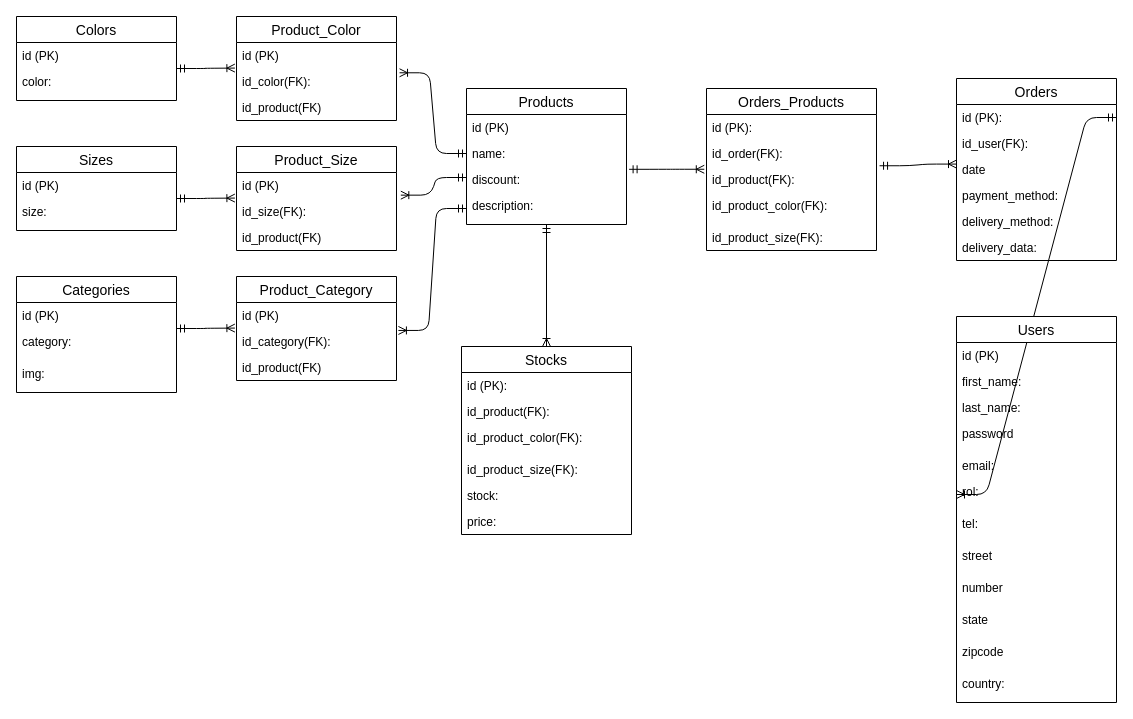
Earlier version of the draw.io diagram Grupo3_Relacional.drawio (SVueso/grupo_3_proyecto). Source tidied: cells renumbered, new cells numbered last; positions are measured from the earlier drawing's top-left corner, leaving out a move shared by most shapes. Both pictures are drawn from the tidied source at 100%, with x=0, y=0 at pixel (16, 16).
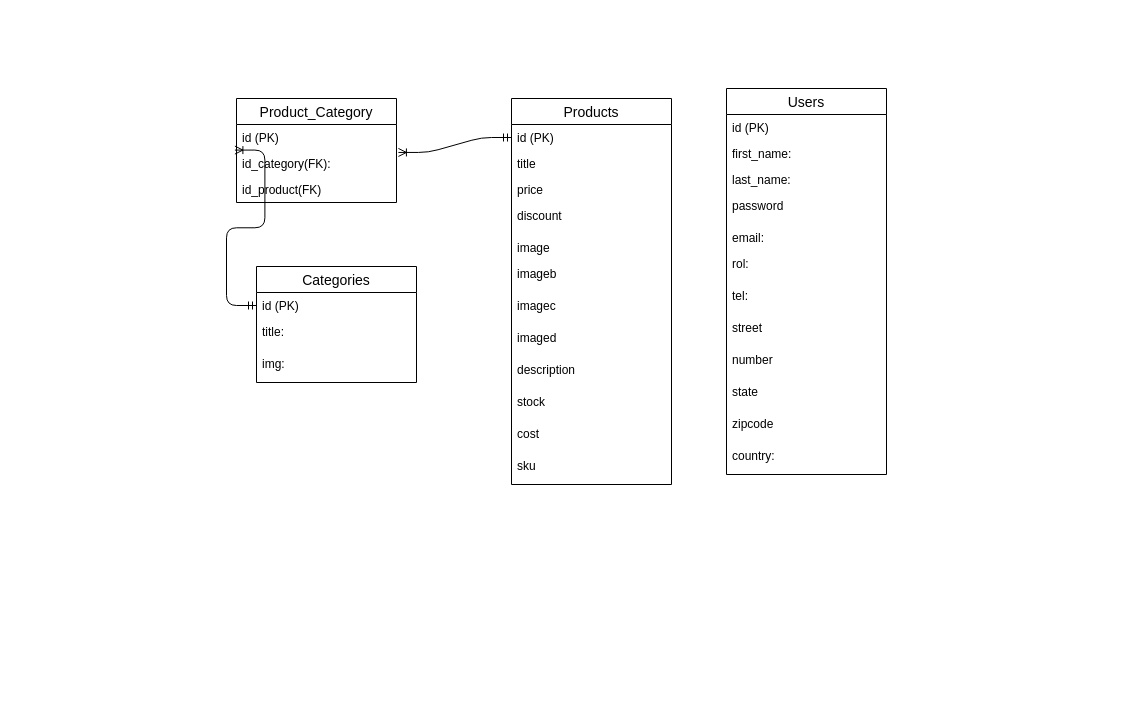
After the change.

Commit message (it also covers changes not shown here):
Aca va el drawio yel grupo relacional.pdf actualizado

Unchanged cells that the change refers to:
```xml
<mxCell id="65" value="rol:" style="text;strokeColor=none;fillColor=none;spacingLeft=4;spacingRight=4;overflow=hidden;points=[[0,0.5],[1,0.5]];portConstraint=eastwest;fontSize=12;" parent="59" vertex="1">
  <mxGeometry y="162" width="160" height="32" as="geometry" />
</mxCell>
```

Diff of the diagram source:
```diff
@@
-    <mxCell id="2" value="Colors" style="swimlane;fontStyle=0;horizontal=1;startSize=26;align=center;fontSize=14;" parent="1" vertex="1">
-      <mxGeometry width="160" height="84" as="geometry" />
-    </mxCell>
-    <mxCell id="3" value="id (PK)" style="text;strokeColor=none;fillColor=none;spacingLeft=4;spacingRight=4;overflow=hidden;fontSize=12;" parent="2" vertex="1">
-      <mxGeometry y="26" width="160" height="26" as="geometry" />
-    </mxCell>
-    <mxCell id="4" value="color:" style="text;strokeColor=none;fillColor=none;spacingLeft=4;spacingRight=4;overflow=hidden;fontSize=12;" parent="2" vertex="1">
-      <mxGeometry y="52" width="160" height="32" as="geometry" />
-    </mxCell>
-    <mxCell id="5" value="Product_Color" style="swimlane;fontStyle=0;horizontal=1;startSize=26;align=center;fontSize=14;" parent="1" vertex="1">
-      <mxGeometry x="220" width="160" height="104" as="geometry" />
-    </mxCell>
-    <mxCell id="6" value="id (PK)" style="text;strokeColor=none;fillColor=none;spacingLeft=4;spacingRight=4;overflow=hidden;points=[[0,0.5],[1,0.5]];portConstraint=eastwest;fontSize=12;" parent="5" vertex="1">
-      <mxGeometry y="26" width="160" height="26" as="geometry" />
-    </mxCell>
-    <mxCell id="7" value="id_color(FK):" style="text;strokeColor=none;fillColor=none;spacingLeft=4;spacingRight=4;overflow=hidden;points=[[0,0.5],[1,0.5]];portConstraint=eastwest;fontSize=12;" parent="5" vertex="1">
-      <mxGeometry y="52" width="160" height="26" as="geometry" />
-    </mxCell>
-    <mxCell id="8" value="id_product(FK)" style="text;strokeColor=none;fillColor=none;spacingLeft=4;spacingRight=4;overflow=hidden;fontSize=12;" parent="5" vertex="1">
-      <mxGeometry y="78" width="160" height="26" as="geometry" />
-    </mxCell>
-    <mxCell id="9" style="edgeStyle=entityRelationEdgeStyle;fontSize=12;html=1;endArrow=ERoneToMany;startArrow=ERmandOne;entryX=-0.01;entryY=0.984;entryDx=0;entryDy=0;entryPerimeter=0;" parent="1" edge="1" target="6">
-      <mxGeometry relative="1" as="geometry">
-        <mxPoint x="160" y="52" as="sourcePoint" />
-      </mxGeometry>
-    </mxCell>
-    <mxCell id="10" style="edgeStyle=entityRelationEdgeStyle;fontSize=12;html=1;endArrow=ERmandOne;startArrow=ERoneToMany;startFill=0;endFill=0;entryX=0;entryY=0.5;entryDx=0;entryDy=0;exitX=1.019;exitY=0.165;exitDx=0;exitDy=0;exitPerimeter=0;" parent="1" edge="1" source="7" target="32">
-      <mxGeometry relative="1" as="geometry" />
-    </mxCell>
-    <mxCell id="11" style="edgeStyle=entityRelationEdgeStyle;fontSize=12;html=1;endArrow=ERoneToMany;startArrow=ERmandOne;entryX=-0.01;entryY=0.984;entryDx=0;entryDy=0;entryPerimeter=0;" parent="1" edge="1" target="16">
-      <mxGeometry relative="1" as="geometry">
-        <mxPoint x="160" y="182" as="sourcePoint" />
-      </mxGeometry>
-    </mxCell>
-    <mxCell id="12" value="Sizes" style="swimlane;fontStyle=0;horizontal=1;startSize=26;align=center;fontSize=14;" parent="1" vertex="1">
-      <mxGeometry y="130" width="160" height="84" as="geometry" />
-    </mxCell>
-    <mxCell id="13" value="id (PK)" style="text;strokeColor=none;fillColor=none;spacingLeft=4;spacingRight=4;overflow=hidden;fontSize=12;" parent="12" vertex="1">
-      <mxGeometry y="26" width="160" height="26" as="geometry" />
-    </mxCell>
-    <mxCell id="14" value="size:" style="text;strokeColor=none;fillColor=none;spacingLeft=4;spacingRight=4;overflow=hidden;fontSize=12;" parent="12" vertex="1">
-      <mxGeometry y="52" width="160" height="32" as="geometry" />
-    </mxCell>
-    <mxCell id="15" value="Product_Size" style="swimlane;fontStyle=0;horizontal=1;startSize=26;align=center;fontSize=14;" parent="1" vertex="1">
-      <mxGeometry x="220" y="130" width="160" height="104" as="geometry" />
-    </mxCell>
-    <mxCell id="16" value="id (PK)" style="text;strokeColor=none;fillColor=none;spacingLeft=4;spacingRight=4;overflow=hidden;points=[[0,0.5],[1,0.5]];portConstraint=eastwest;fontSize=12;" parent="15" vertex="1">
-      <mxGeometry y="26" width="160" height="26" as="geometry" />
-    </mxCell>
-    <mxCell id="17" value="id_size(FK):" style="text;strokeColor=none;fillColor=none;spacingLeft=4;spacingRight=4;overflow=hidden;points=[[0,0.5],[1,0.5]];portConstraint=eastwest;fontSize=12;" parent="15" vertex="1">
-      <mxGeometry y="52" width="160" height="26" as="geometry" />
-    </mxCell>
-    <mxCell id="18" value="id_product(FK)" style="text;strokeColor=none;fillColor=none;spacingLeft=4;spacingRight=4;overflow=hidden;fontSize=12;" parent="15" vertex="1">
-      <mxGeometry y="78" width="160" height="26" as="geometry" />
-    </mxCell>
-    <mxCell id="19" style="edgeStyle=entityRelationEdgeStyle;fontSize=12;html=1;endArrow=ERmandOne;startArrow=ERoneToMany;startFill=0;endFill=0;entryX=0;entryY=0.423;entryDx=0;entryDy=0;exitX=1.027;exitY=-0.129;exitDx=0;exitDy=0;exitPerimeter=0;entryPerimeter=0;" parent="1" edge="1" source="17">
-      <mxGeometry relative="1" as="geometry">
-        <mxPoint x="450" y="161" as="targetPoint" />
-      </mxGeometry>
-    </mxCell>
-    <mxCell id="20" style="edgeStyle=entityRelationEdgeStyle;fontSize=12;html=1;endArrow=ERoneToMany;startArrow=ERmandOne;entryX=-0.01;entryY=0.984;entryDx=0;entryDy=0;entryPerimeter=0;" parent="1" edge="1" target="26">
-      <mxGeometry relative="1" as="geometry">
-        <mxPoint x="160" y="312" as="sourcePoint" />
-      </mxGeometry>
+    <mxCell id="20" style="edgeStyle=entityRelationEdgeStyle;fontSize=12;html=1;endArrow=ERoneToMany;startArrow=ERmandOne;entryX=-0.01;entryY=0.984;entryDx=0;entryDy=0;entryPerimeter=0;" parent="1" edge="1" source="22" target="26">
+      <mxGeometry relative="1" as="geometry" />
     </mxCell>
-    <mxCell id="21" value="Categories" style="swimlane;fontStyle=0;horizontal=1;startSize=26;align=center;fontSize=14;" parent="1" vertex="1">
-      <mxGeometry y="260" width="160" height="116" as="geometry" />
-    </mxCell>
-    <mxCell id="22" value="id (PK)" style="text;strokeColor=none;fillColor=none;spacingLeft=4;spacingRight=4;overflow=hidden;points=[[0,0.5],[1,0.5]];portConstraint=eastwest;fontSize=12;" parent="21" vertex="1">
-      <mxGeometry y="26" width="160" height="26" as="geometry" />
-    </mxCell>
-    <mxCell id="23" value="category:" style="text;strokeColor=none;fillColor=none;spacingLeft=4;spacingRight=4;overflow=hidden;fontSize=12;" parent="21" vertex="1">
-      <mxGeometry y="52" width="160" height="32" as="geometry" />
-    </mxCell>
-    <mxCell id="24" value="img:" style="text;strokeColor=none;fillColor=none;spacingLeft=4;spacingRight=4;overflow=hidden;fontSize=12;" parent="21" vertex="1">
-      <mxGeometry y="84" width="160" height="32" as="geometry" />
-    </mxCell>
-    <mxCell id="25" value="Product_Category" style="swimlane;fontStyle=0;horizontal=1;startSize=26;align=center;fontSize=14;" parent="1" vertex="1">
-      <mxGeometry x="220" y="260" width="160" height="104" as="geometry" />
-    </mxCell>
-    <mxCell id="26" value="id (PK)" style="text;strokeColor=none;fillColor=none;spacingLeft=4;spacingRight=4;overflow=hidden;points=[[0,0.5],[1,0.5]];portConstraint=eastwest;fontSize=12;" parent="25" vertex="1">
-      <mxGeometry y="26" width="160" height="26" as="geometry" />
-    </mxCell>
-    <mxCell id="27" value="id_category(FK):" style="text;strokeColor=none;fillColor=none;spacingLeft=4;spacingRight=4;overflow=hidden;points=[[0,0.5],[1,0.5]];portConstraint=eastwest;fontSize=12;" parent="25" vertex="1">
-      <mxGeometry y="52" width="160" height="26" as="geometry" />
-    </mxCell>
-    <mxCell id="28" value="id_product(FK)" style="text;strokeColor=none;fillColor=none;spacingLeft=4;spacingRight=4;overflow=hidden;fontSize=12;" parent="25" vertex="1">
-      <mxGeometry y="78" width="160" height="26" as="geometry" />
-    </mxCell>
-    <mxCell id="29" style="edgeStyle=entityRelationEdgeStyle;fontSize=12;html=1;endArrow=ERmandOne;startArrow=ERoneToMany;startFill=0;endFill=0;entryX=0;entryY=0.5;entryDx=0;entryDy=0;exitX=1.012;exitY=0.075;exitDx=0;exitDy=0;exitPerimeter=0;" parent="1" edge="1" source="27" target="34">
+    <mxCell id="29" style="edgeStyle=entityRelationEdgeStyle;fontSize=12;html=1;endArrow=ERmandOne;startArrow=ERoneToMany;startFill=0;endFill=0;exitX=1.012;exitY=0.075;exitDx=0;exitDy=0;exitPerimeter=0;" parent="1" edge="1" source="27" target="72">
       <mxGeometry relative="1" as="geometry" />
     </mxCell>
-    <mxCell id="30" value="Products" style="swimlane;fontStyle=0;horizontal=1;startSize=26;align=center;fontSize=14;" parent="1" vertex="1">
-      <mxGeometry x="450" y="72" width="160" height="136" as="geometry" />
-    </mxCell>
-    <mxCell id="31" value="id (PK)" style="text;strokeColor=none;fillColor=none;spacingLeft=4;spacingRight=4;overflow=hidden;fontSize=12;" parent="30" vertex="1">
-      <mxGeometry y="26" width="160" height="26" as="geometry" />
-    </mxCell>
-    <mxCell id="32" value="name:" style="text;strokeColor=none;fillColor=none;spacingLeft=4;spacingRight=4;overflow=hidden;points=[[0,0.5],[1,0.5]];portConstraint=eastwest;fontSize=12;" parent="30" vertex="1">
-      <mxGeometry y="52" width="160" height="26" as="geometry" />
-    </mxCell>
-    <mxCell id="33" value="discount:" style="text;strokeColor=none;fillColor=none;spacingLeft=4;spacingRight=4;overflow=hidden;fontSize=12;" parent="30" vertex="1">
-      <mxGeometry y="78" width="160" height="26" as="geometry" />
-    </mxCell>
-    <mxCell id="34" value="description:" style="text;strokeColor=none;fillColor=none;spacingLeft=4;spacingRight=4;overflow=hidden;points=[[0,0.5],[1,0.5]];portConstraint=eastwest;fontSize=12;" parent="30" vertex="1">
-      <mxGeometry y="104" width="160" height="32" as="geometry" />
-    </mxCell>
-    <mxCell id="35" value="Orders_Products" style="swimlane;fontStyle=0;horizontal=1;startSize=26;align=center;fontSize=14;" parent="1" vertex="1">
-      <mxGeometry x="690" y="72" width="170" height="162" as="geometry" />
-    </mxCell>
-    <mxCell id="36" value="id (PK):" style="text;strokeColor=none;fillColor=none;spacingLeft=4;spacingRight=4;overflow=hidden;fontSize=12;" parent="35" vertex="1">
-      <mxGeometry y="26" width="170" height="26" as="geometry" />
-    </mxCell>
-    <mxCell id="37" value="id_order(FK):" style="text;strokeColor=none;fillColor=none;spacingLeft=4;spacingRight=4;overflow=hidden;fontSize=12;" parent="35" vertex="1">
-      <mxGeometry y="52" width="170" height="26" as="geometry" />
-    </mxCell>
-    <mxCell id="38" value="id_product(FK):" style="text;strokeColor=none;fillColor=none;spacingLeft=4;spacingRight=4;overflow=hidden;points=[[0,0.5],[1,0.5]];portConstraint=eastwest;fontSize=12;" parent="35" vertex="1">
-      <mxGeometry y="78" width="170" height="26" as="geometry" />
-    </mxCell>
-    <mxCell id="39" value="id_product_color(FK):" style="text;strokeColor=none;fillColor=none;spacingLeft=4;spacingRight=4;overflow=hidden;fontSize=12;" parent="35" vertex="1">
-      <mxGeometry y="104" width="170" height="32" as="geometry" />
-    </mxCell>
-    <mxCell id="40" value="id_product_size(FK):" style="text;strokeColor=none;fillColor=none;spacingLeft=4;spacingRight=4;overflow=hidden;fontSize=12;" parent="35" vertex="1">
-      <mxGeometry y="136" width="170" height="26" as="geometry" />
-    </mxCell>
-    <mxCell id="41" style="edgeStyle=entityRelationEdgeStyle;fontSize=12;html=1;endArrow=ERoneToMany;startArrow=ERmandOne;entryX=0;entryY=0.292;entryDx=0;entryDy=0;entryPerimeter=0;exitX=1.018;exitY=-0.029;exitDx=0;exitDy=0;exitPerimeter=0;" parent="1" edge="1" source="38" target="55">
-      <mxGeometry relative="1" as="geometry" />
-    </mxCell>
-    <mxCell id="42" style="edgeStyle=entityRelationEdgeStyle;fontSize=12;html=1;endArrow=ERoneToMany;startArrow=ERmandOne;entryX=-0.013;entryY=0.106;entryDx=0;entryDy=0;entryPerimeter=0;exitX=1.016;exitY=0.106;exitDx=0;exitDy=0;exitPerimeter=0;" parent="1" edge="1" target="38">
-      <mxGeometry relative="1" as="geometry">
-        <mxPoint x="612.6" y="152.8" as="sourcePoint" />
-      </mxGeometry>
-    </mxCell>
-    <mxCell id="43" style="edgeStyle=entityRelationEdgeStyle;fontSize=12;html=1;endArrow=ERoneToMany;startArrow=ERmandOne;entryX=0;entryY=0.5;entryDx=0;entryDy=0;exitX=1;exitY=0.5;exitDx=0;exitDy=0;" parent="1" edge="1" source="53" target="65">
-      <mxGeometry relative="1" as="geometry" />
-    </mxCell>
-    <mxCell id="44" style="fontSize=12;html=1;endArrow=ERoneToMany;startArrow=ERmandOne;entryX=0.5;entryY=0;entryDx=0;entryDy=0;" parent="1" edge="1" source="34" target="45">
-      <mxGeometry relative="1" as="geometry" />
-    </mxCell>
-    <mxCell id="45" value="Stocks" style="swimlane;fontStyle=0;horizontal=1;startSize=26;align=center;fontSize=14;" parent="1" vertex="1">
-      <mxGeometry x="445" y="330" width="170" height="188" as="geometry" />
-    </mxCell>
-    <mxCell id="46" value="id (PK):" style="text;strokeColor=none;fillColor=none;spacingLeft=4;spacingRight=4;overflow=hidden;fontSize=12;" parent="45" vertex="1">
-      <mxGeometry y="26" width="170" height="26" as="geometry" />
-    </mxCell>
-    <mxCell id="47" value="id_product(FK):" style="text;strokeColor=none;fillColor=none;spacingLeft=4;spacingRight=4;overflow=hidden;fontSize=12;" parent="45" vertex="1">
-      <mxGeometry y="52" width="170" height="26" as="geometry" />
-    </mxCell>
-    <mxCell id="48" value="id_product_color(FK):" style="text;strokeColor=none;fillColor=none;spacingLeft=4;spacingRight=4;overflow=hidden;fontSize=12;" parent="45" vertex="1">
-      <mxGeometry y="78" width="170" height="32" as="geometry" />
-    </mxCell>
-    <mxCell id="49" value="id_product_size(FK):" style="text;strokeColor=none;fillColor=none;spacingLeft=4;spacingRight=4;overflow=hidden;fontSize=12;" parent="45" vertex="1">
-      <mxGeometry y="110" width="170" height="26" as="geometry" />
-    </mxCell>
-    <mxCell id="50" value="stock:" style="text;strokeColor=none;fillColor=none;spacingLeft=4;spacingRight=4;overflow=hidden;fontSize=12;" parent="45" vertex="1">
-      <mxGeometry y="136" width="170" height="26" as="geometry" />
-    </mxCell>
-    <mxCell id="51" value="price:" style="text;strokeColor=none;fillColor=none;spacingLeft=4;spacingRight=4;overflow=hidden;fontSize=12;" parent="45" vertex="1">
-      <mxGeometry y="162" width="170" height="26" as="geometry" />
-    </mxCell>
-    <mxCell id="52" value="Orders" style="swimlane;fontStyle=0;horizontal=1;startSize=26;align=center;fontSize=14;" parent="1" vertex="1">
-      <mxGeometry x="940" y="62" width="160" height="182" as="geometry" />
-    </mxCell>
-    <mxCell id="53" value="id (PK):" style="text;strokeColor=none;fillColor=none;spacingLeft=4;spacingRight=4;overflow=hidden;points=[[0,0.5],[1,0.5]];portConstraint=eastwest;fontSize=12;" parent="52" vertex="1">
-      <mxGeometry y="26" width="160" height="26" as="geometry" />
-    </mxCell>
-    <mxCell id="54" value="id_user(FK):" style="text;strokeColor=none;fillColor=none;spacingLeft=4;spacingRight=4;overflow=hidden;fontSize=12;" parent="52" vertex="1">
-      <mxGeometry y="52" width="160" height="26" as="geometry" />
-    </mxCell>
-    <mxCell id="55" value="date" style="text;strokeColor=none;fillColor=none;spacingLeft=4;spacingRight=4;overflow=hidden;points=[[0,0.5],[1,0.5]];portConstraint=eastwest;fontSize=12;" parent="52" vertex="1">
-      <mxGeometry y="78" width="160" height="26" as="geometry" />
-    </mxCell>
-    <mxCell id="56" value="payment_method:" style="text;strokeColor=none;fillColor=none;spacingLeft=4;spacingRight=4;overflow=hidden;fontSize=12;" parent="52" vertex="1">
-      <mxGeometry y="104" width="160" height="26" as="geometry" />
-    </mxCell>
-    <mxCell id="57" value="delivery_method:" style="text;strokeColor=none;fillColor=none;spacingLeft=4;spacingRight=4;overflow=hidden;fontSize=12;" parent="52" vertex="1">
-      <mxGeometry y="130" width="160" height="26" as="geometry" />
-    </mxCell>
-    <mxCell id="58" value="delivery_data:" style="text;strokeColor=none;fillColor=none;spacingLeft=4;spacingRight=4;overflow=hidden;fontSize=12;" parent="52" vertex="1">
-      <mxGeometry y="156" width="160" height="26" as="geometry" />
-    </mxCell>
     <mxCell id="59" value="Users" style="swimlane;fontStyle=0;horizontal=1;startSize=26;align=center;fontSize=14;" parent="1" vertex="1">
-      <mxGeometry x="940" y="300" width="160" height="386" as="geometry" />
+      <mxGeometry x="710" y="72" width="160" height="386" as="geometry" />
     </mxCell>
@@
+    <mxCell id="25" value="Product_Category" style="swimlane;fontStyle=0;horizontal=1;startSize=26;align=center;fontSize=14;" parent="1" vertex="1">
+      <mxGeometry x="220" y="82" width="160" height="104" as="geometry" />
+    </mxCell>
+    <mxCell id="26" value="id (PK)" style="text;strokeColor=none;fillColor=none;spacingLeft=4;spacingRight=4;overflow=hidden;points=[[0,0.5],[1,0.5]];portConstraint=eastwest;fontSize=12;" parent="25" vertex="1">
+      <mxGeometry y="26" width="160" height="26" as="geometry" />
+    </mxCell>
+    <mxCell id="27" value="id_category(FK):" style="text;strokeColor=none;fillColor=none;spacingLeft=4;spacingRight=4;overflow=hidden;points=[[0,0.5],[1,0.5]];portConstraint=eastwest;fontSize=12;" parent="25" vertex="1">
+      <mxGeometry y="52" width="160" height="26" as="geometry" />
+    </mxCell>
+    <mxCell id="28" value="id_product(FK)" style="text;strokeColor=none;fillColor=none;spacingLeft=4;spacingRight=4;overflow=hidden;fontSize=12;" parent="25" vertex="1">
+      <mxGeometry y="78" width="160" height="26" as="geometry" />
+    </mxCell>
+    <mxCell id="21" value="Categories" style="swimlane;fontStyle=0;horizontal=1;startSize=26;align=center;fontSize=14;" parent="1" vertex="1">
+      <mxGeometry x="240" y="250" width="160" height="116" as="geometry" />
+    </mxCell>
+    <mxCell id="22" value="id (PK)" style="text;strokeColor=none;fillColor=none;spacingLeft=4;spacingRight=4;overflow=hidden;points=[[0,0.5],[1,0.5]];portConstraint=eastwest;fontSize=12;" parent="21" vertex="1">
+      <mxGeometry y="26" width="160" height="26" as="geometry" />
+    </mxCell>
+    <mxCell id="23" value="title:" style="text;strokeColor=none;fillColor=none;spacingLeft=4;spacingRight=4;overflow=hidden;fontSize=12;" parent="21" vertex="1">
+      <mxGeometry y="52" width="160" height="32" as="geometry" />
+    </mxCell>
+    <mxCell id="24" value="img:" style="text;strokeColor=none;fillColor=none;spacingLeft=4;spacingRight=4;overflow=hidden;fontSize=12;" parent="21" vertex="1">
+      <mxGeometry y="84" width="160" height="32" as="geometry" />
+    </mxCell>
+    <mxCell id="30" value="Products" style="swimlane;fontStyle=0;horizontal=1;startSize=26;align=center;fontSize=14;" parent="1" vertex="1">
+      <mxGeometry x="495" y="82" width="160" height="386" as="geometry" />
+    </mxCell>
+    <mxCell id="72" value="id (PK)" style="text;strokeColor=none;fillColor=none;spacingLeft=4;spacingRight=4;overflow=hidden;points=[[0,0.5],[1,0.5]];portConstraint=eastwest;fontSize=12;" parent="30" vertex="1">
+      <mxGeometry y="26" width="160" height="26" as="geometry" />
+    </mxCell>
+    <mxCell id="73" value="title&#10;" style="text;strokeColor=none;fillColor=none;spacingLeft=4;spacingRight=4;overflow=hidden;fontSize=12;" parent="30" vertex="1">
+      <mxGeometry y="52" width="160" height="26" as="geometry" />
+    </mxCell>
+    <mxCell id="74" value="price" style="text;strokeColor=none;fillColor=none;spacingLeft=4;spacingRight=4;overflow=hidden;fontSize=12;" parent="30" vertex="1">
+      <mxGeometry y="78" width="160" height="26" as="geometry" />
+    </mxCell>
+    <mxCell id="75" value="discount" style="text;strokeColor=none;fillColor=none;spacingLeft=4;spacingRight=4;overflow=hidden;fontSize=12;" parent="30" vertex="1">
+      <mxGeometry y="104" width="160" height="32" as="geometry" />
+    </mxCell>
+    <mxCell id="76" value="image" style="text;strokeColor=none;fillColor=none;spacingLeft=4;spacingRight=4;overflow=hidden;fontSize=12;" parent="30" vertex="1">
+      <mxGeometry y="136" width="160" height="26" as="geometry" />
+    </mxCell>
+    <mxCell id="77" value="imageb&#10;" style="text;strokeColor=none;fillColor=none;spacingLeft=4;spacingRight=4;overflow=hidden;fontSize=12;" parent="30" vertex="1">
+      <mxGeometry y="162" width="160" height="32" as="geometry" />
+    </mxCell>
+    <mxCell id="78" value="imagec&#10;" style="text;strokeColor=none;fillColor=none;spacingLeft=4;spacingRight=4;overflow=hidden;fontSize=12;" parent="30" vertex="1">
+      <mxGeometry y="194" width="160" height="32" as="geometry" />
+    </mxCell>
+    <mxCell id="79" value="imaged" style="text;strokeColor=none;fillColor=none;spacingLeft=4;spacingRight=4;overflow=hidden;fontSize=12;" parent="30" vertex="1">
+      <mxGeometry y="226" width="160" height="32" as="geometry" />
+    </mxCell>
+    <mxCell id="80" value="description" style="text;strokeColor=none;fillColor=none;spacingLeft=4;spacingRight=4;overflow=hidden;fontSize=12;" parent="30" vertex="1">
+      <mxGeometry y="258" width="160" height="32" as="geometry" />
+    </mxCell>
+    <mxCell id="81" value="stock" style="text;strokeColor=none;fillColor=none;spacingLeft=4;spacingRight=4;overflow=hidden;fontSize=12;" parent="30" vertex="1">
+      <mxGeometry y="290" width="160" height="32" as="geometry" />
+    </mxCell>
+    <mxCell id="82" value="cost" style="text;strokeColor=none;fillColor=none;spacingLeft=4;spacingRight=4;overflow=hidden;fontSize=12;" parent="30" vertex="1">
+      <mxGeometry y="322" width="160" height="32" as="geometry" />
+    </mxCell>
+    <mxCell id="83" value="sku" style="text;strokeColor=none;fillColor=none;spacingLeft=4;spacingRight=4;overflow=hidden;fontSize=12;" parent="30" vertex="1">
+      <mxGeometry y="354" width="160" height="32" as="geometry" />
+    </mxCell>
```
